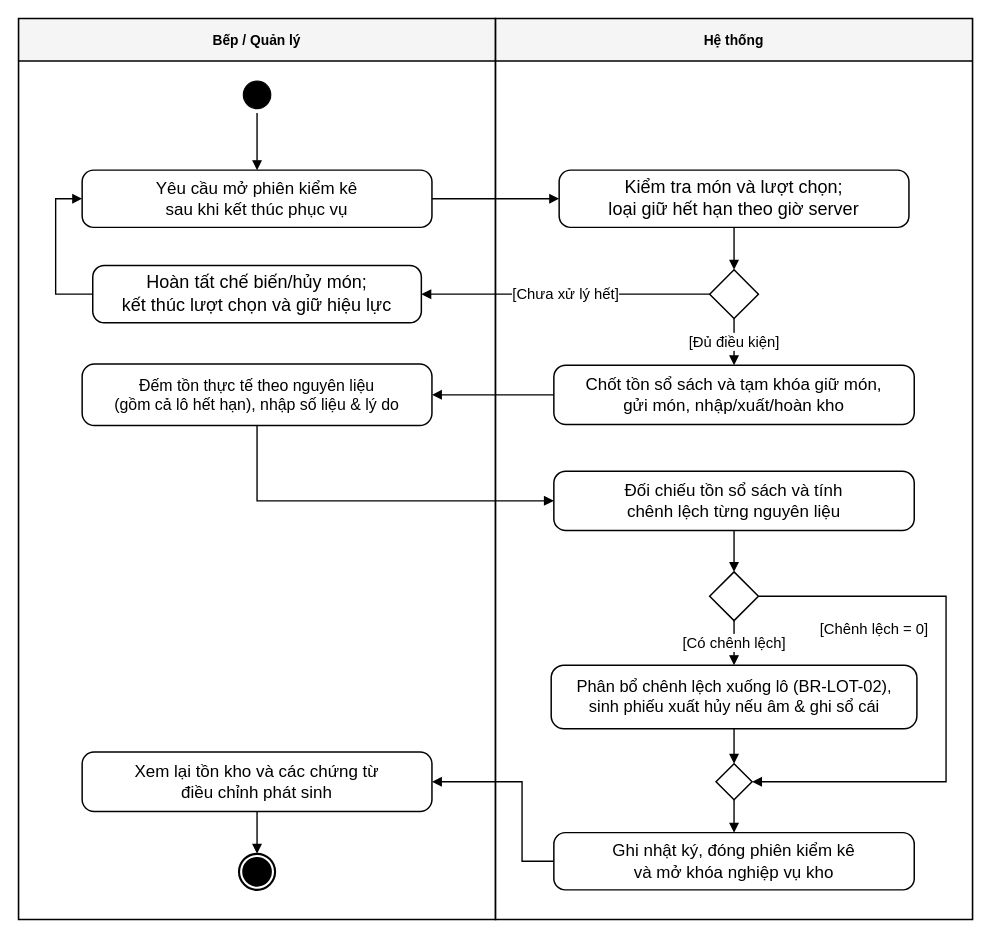
nminhzzz/restaurant-management-ai keeps this draw.io diagram as page "QT-17 — Kiểm kê và điều chỉnh tồn kho" (17 of 23) of docs/So_do/Quy_trinh_nghiep_vu_HeThongQuanLyNhaHang.drawio. Above is the earlier version. Source tidied: cells renumbered, new cells numbered last; positions are measured from the earlier drawing's top-left corner, leaving out a move shared by most shapes. Both pictures are drawn from the tidied source at 106%, with x=0, y=0 at pixel (18, 18).
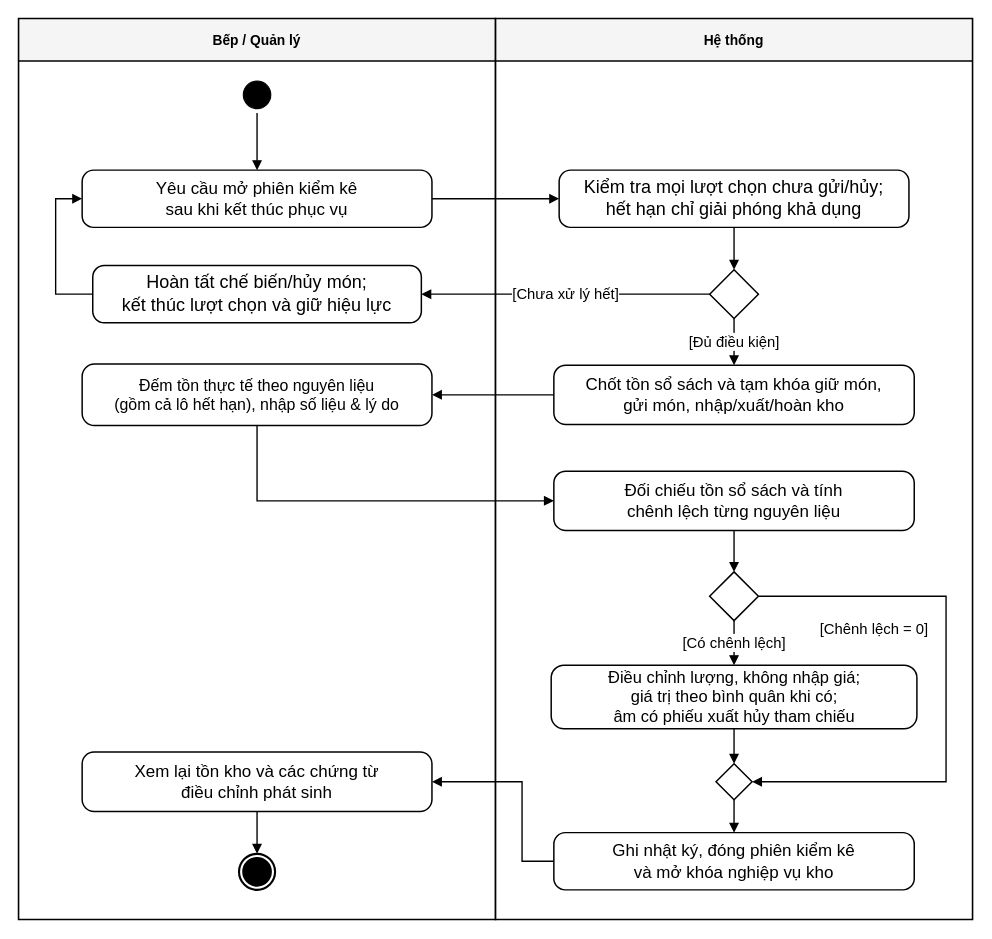
The same diagram, later.

What changed in the source:
```diff
@@
-    <mxCell id="6" value="Kiểm tra món và lượt chọn;&#10;loại giữ hết hạn theo giờ server" style="rounded=1;whiteSpace=wrap;html=1;arcSize=20;fillColor=#ffffff;strokeColor=#000000;strokeWidth=1.4;fontSize=16;fontColor=#000000;spacing=6;fontSize=17;" parent="1" vertex="1">
+    <mxCell id="6" value="Kiểm tra mọi lượt chọn chưa gửi/hủy;&#10;hết hạn chỉ giải phóng khả dụng" style="rounded=1;whiteSpace=wrap;html=1;arcSize=20;fillColor=#ffffff;strokeColor=#000000;strokeWidth=1.4;fontSize=16;fontColor=#000000;spacing=6;fontSize=17;" parent="1" vertex="1">
       <mxGeometry x="510" y="143" width="330" height="54" as="geometry" />
     </mxCell>
@@
-    <mxCell id="13" value="Phân bổ chênh lệch xuống lô (BR-LOT-02),&#10;sinh phiếu xuất hủy nếu âm &amp; ghi sổ cái" style="rounded=1;whiteSpace=wrap;html=1;arcSize=20;fillColor=#ffffff;strokeColor=#000000;strokeWidth=1.4;fontSize=15.5;fontColor=#000000;spacing=6;" parent="1" vertex="1">
+    <mxCell id="13" value="Điều chỉnh lượng, không nhập giá;&#10;giá trị theo bình quân khi có;&#10;âm có phiếu xuất hủy tham chiếu" style="rounded=1;whiteSpace=wrap;html=1;arcSize=20;fillColor=#ffffff;strokeColor=#000000;strokeWidth=1.4;fontSize=15.5;fontColor=#000000;spacing=6;" parent="1" vertex="1">
       <mxGeometry x="502.5" y="610" width="345" height="60" as="geometry" />
     </mxCell>
```
